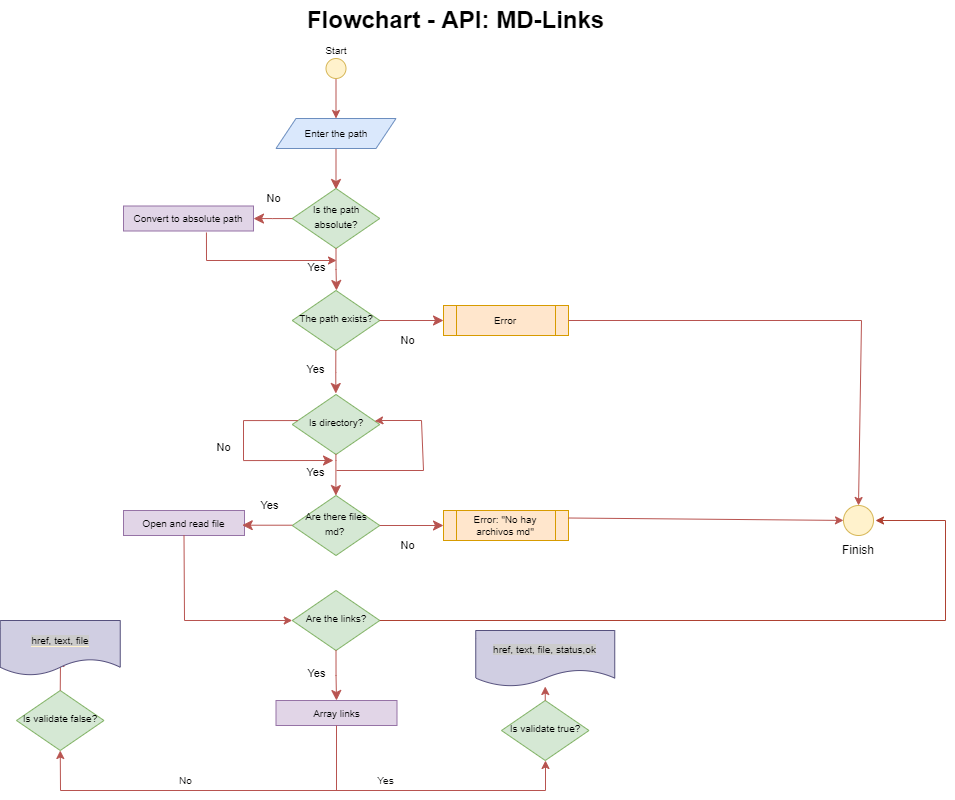
Before: Diagrama_flujo_md-Links.drawio.png, a diagram exported from draw.io (arelia10/LIM017-md-links). Source tidied: cells renumbered, new cells last; positions are measured from the earlier drawing's top-left corner, leaving out a move shared by most shapes.
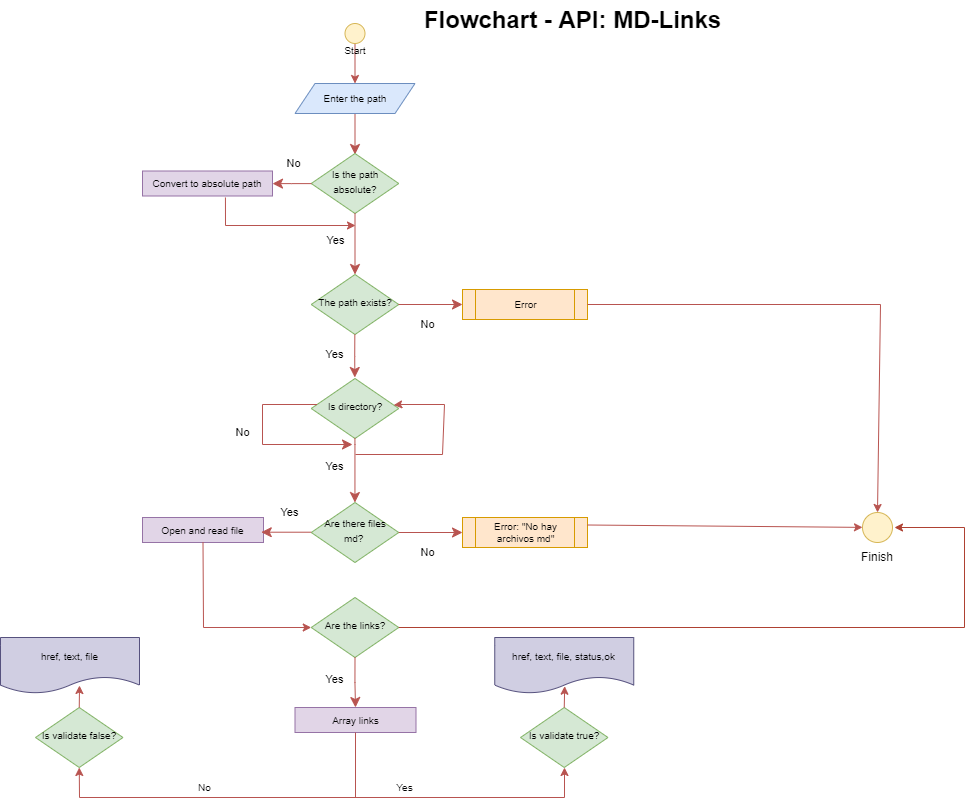
Above is the later version.

Diff of the diagram source:
```diff
@@ -4,12 +4,12 @@
     <mxCell id="1" parent="0" />
     <mxCell id="2" style="rounded=0;html=1;jettySize=auto;orthogonalLoop=1;fontSize=11;endArrow=classic;endFill=1;endSize=8;strokeWidth=1;shadow=0;labelBackgroundColor=none;edgeStyle=orthogonalEdgeStyle;fillColor=#f8cecc;strokeColor=#b85450;" parent="1" edge="1">
       <mxGeometry relative="1" as="geometry">
-        <mxPoint x="335.5" y="149" as="sourcePoint" />
-        <mxPoint x="335.5" y="189" as="targetPoint" />
+        <mxPoint x="335.5" y="114" as="sourcePoint" />
+        <mxPoint x="335.5" y="154" as="targetPoint" />
       </mxGeometry>
     </mxCell>
     <mxCell id="3" value="&lt;font style=&quot;font-size: 10px;&quot;&gt;Is the path absolute?&lt;/font&gt;" style="rhombus;whiteSpace=wrap;html=1;shadow=0;fontFamily=Helvetica;fontSize=12;align=center;strokeWidth=1;spacing=6;spacingTop=-4;fillColor=#d5e8d4;strokeColor=#82b366;rounded=0;" parent="1" vertex="1">
-      <mxGeometry x="291.8" y="188" width="87.5" height="60" as="geometry" />
+      <mxGeometry x="291.8" y="153" width="87.5" height="60" as="geometry" />
     </mxCell>
     <mxCell id="4" value="No" style="edgeStyle=orthogonalEdgeStyle;rounded=0;html=1;jettySize=auto;fontSize=11;endArrow=classic;endFill=1;endSize=8;strokeWidth=1;shadow=0;labelBackgroundColor=none;fillColor=#f8cecc;strokeColor=#b85450;" parent="1" edge="1" source="3" target="10">
       <mxGeometry x="-0.11" y="-20" relative="1" as="geometry" />
@@ -18,10 +18,10 @@
       <mxGeometry relative="1" as="geometry" />
     </mxCell>
     <mxCell id="6" style="ellipse;whiteSpace=wrap;html=1;fillColor=#fff2cc;strokeColor=#d6b656;rounded=0;" parent="1" vertex="1">
-      <mxGeometry x="325.5" y="58" width="20" height="20" as="geometry" />
+      <mxGeometry x="325.5" y="23" width="20" height="20" as="geometry" />
     </mxCell>
     <mxCell id="7" value="Flowchart - API: MD-Links" style="text;strokeColor=none;fillColor=none;html=1;fontSize=24;fontStyle=1;verticalAlign=middle;align=center;rounded=0;" parent="1" vertex="1">
-      <mxGeometry x="135" width="640" height="40" as="geometry" />
+      <mxGeometry x="233" width="640" height="40" as="geometry" />
     </mxCell>
     <object id="8" label="&lt;font style=&quot;font-size: 10px;&quot;&gt;Start&lt;/font&gt;" name="Variable" placeholders="1">
       <mxCell style="text;html=1;strokeColor=none;fillColor=none;align=center;verticalAlign=middle;whiteSpace=wrap;overflow=hidden;rounded=0;" parent="1" vertex="1">
@@ -29,75 +29,73 @@
       </mxCell>
     </object>
     <mxCell id="9" value="&lt;span style=&quot;&quot;&gt;&lt;font style=&quot;font-size: 10px;&quot;&gt;Enter the path&lt;/font&gt;&lt;/span&gt;" style="shape=parallelogram;perimeter=parallelogramPerimeter;whiteSpace=wrap;html=1;fixedSize=1;fillColor=#dae8fc;strokeColor=#6c8ebf;rounded=0;" parent="1" vertex="1">
-      <mxGeometry x="275.5" y="118" width="120" height="30" as="geometry" />
+      <mxGeometry x="275.5" y="83" width="120" height="30" as="geometry" />
     </mxCell>
     <mxCell id="10" value="&lt;font style=&quot;font-size: 10px;&quot;&gt;Convert to absolute path&lt;/font&gt;" style="rounded=0;whiteSpace=wrap;html=1;fillColor=#e1d5e7;strokeColor=#9673a6;" parent="1" vertex="1">
-      <mxGeometry x="123" y="205.5" width="130" height="25" as="geometry" />
+      <mxGeometry x="123" y="170.5" width="130" height="25" as="geometry" />
     </mxCell>
-    <mxCell id="11" value="Yes" style="edgeStyle=orthogonalEdgeStyle;rounded=0;html=1;jettySize=auto;fontSize=11;endArrow=classic;endFill=1;endSize=8;strokeWidth=1;shadow=0;labelBackgroundColor=none;fillColor=#f8cecc;strokeColor=#b85450;exitX=0.5;exitY=1;exitDx=0;exitDy=0;" parent="1" edge="1" source="3">
-      <mxGeometry x="-0.11" y="-20" relative="1" as="geometry">
-        <mxPoint x="336" y="290" as="targetPoint" />
-      </mxGeometry>
+    <mxCell id="11" value="Yes" style="edgeStyle=orthogonalEdgeStyle;rounded=0;html=1;jettySize=auto;fontSize=11;endArrow=classic;endFill=1;endSize=8;strokeWidth=1;shadow=0;labelBackgroundColor=none;fillColor=#f8cecc;strokeColor=#b85450;exitX=0.5;exitY=1;exitDx=0;exitDy=0;entryX=0.5;entryY=0;entryDx=0;entryDy=0;" parent="1" edge="1" source="3" target="12">
+      <mxGeometry x="-0.11" y="-20" relative="1" as="geometry" />
     </mxCell>
     <mxCell id="12" value="&lt;font style=&quot;font-size: 10px;&quot;&gt;The path exists?&lt;/font&gt;" style="rhombus;whiteSpace=wrap;html=1;shadow=0;fontFamily=Helvetica;fontSize=12;align=center;strokeWidth=1;spacing=6;spacingTop=-4;fillColor=#d5e8d4;strokeColor=#82b366;rounded=0;" parent="1" vertex="1">
-      <mxGeometry x="291.8" y="290" width="87.5" height="60" as="geometry" />
+      <mxGeometry x="291.8" y="274" width="87.5" height="60" as="geometry" />
     </mxCell>
     <mxCell id="13" value="No" style="edgeStyle=orthogonalEdgeStyle;rounded=0;html=1;jettySize=auto;fontSize=11;endArrow=classic;endFill=1;endSize=8;strokeWidth=1;shadow=0;labelBackgroundColor=none;fillColor=#f8cecc;strokeColor=#b85450;" parent="1" edge="1" target="14">
       <mxGeometry x="-0.11" y="-20" relative="1" as="geometry">
-        <mxPoint x="379" y="320" as="sourcePoint" />
+        <mxPoint x="379" y="304" as="sourcePoint" />
       </mxGeometry>
     </mxCell>
     <mxCell id="14" value="Error" style="shape=process;whiteSpace=wrap;html=1;backgroundOutline=1;fontSize=10;fillColor=#ffe6cc;strokeColor=#d79b00;rounded=0;" parent="1" vertex="1">
-      <mxGeometry x="443" y="305" width="125" height="30" as="geometry" />
+      <mxGeometry x="443" y="289" width="125" height="30" as="geometry" />
     </mxCell>
     <mxCell id="15" value="Yes" style="edgeStyle=orthogonalEdgeStyle;rounded=0;html=1;jettySize=auto;orthogonalLoop=1;fontSize=11;endArrow=classic;endFill=1;endSize=8;strokeWidth=1;shadow=0;labelBackgroundColor=none;fillColor=#f8cecc;strokeColor=#b85450;" parent="1" edge="1">
       <mxGeometry x="-0.11" y="-20" relative="1" as="geometry">
-        <mxPoint x="335.3" y="350" as="sourcePoint" />
-        <mxPoint x="335.3" y="393" as="targetPoint" />
+        <mxPoint x="335.3" y="334" as="sourcePoint" />
+        <mxPoint x="335.3" y="377" as="targetPoint" />
         <Array as="points">
-          <mxPoint x="335.3" y="372" />
-          <mxPoint x="335.3" y="372" />
+          <mxPoint x="335.3" y="356" />
+          <mxPoint x="335.3" y="356" />
         </Array>
       </mxGeometry>
     </mxCell>
     <mxCell id="16" value="&lt;font style=&quot;font-size: 10px;&quot;&gt;Is directory?&lt;/font&gt;" style="rhombus;whiteSpace=wrap;html=1;shadow=0;fontFamily=Helvetica;fontSize=12;align=center;strokeWidth=1;spacing=6;spacingTop=-4;fillColor=#d5e8d4;strokeColor=#82b366;rounded=0;" parent="1" vertex="1">
-      <mxGeometry x="291.8" y="394" width="87.5" height="60" as="geometry" />
+      <mxGeometry x="291.8" y="378" width="87.5" height="60" as="geometry" />
     </mxCell>
     <mxCell id="17" value="No" style="edgeStyle=orthogonalEdgeStyle;rounded=0;html=1;jettySize=auto;fontSize=11;endArrow=classic;endFill=1;endSize=8;strokeWidth=1;shadow=0;labelBackgroundColor=none;fillColor=#f8cecc;strokeColor=#b85450;" parent="1" edge="1" source="16">
       <mxGeometry x="-0.11" y="-20" relative="1" as="geometry">
-        <mxPoint x="333" y="460" as="targetPoint" />
+        <mxPoint x="333" y="444" as="targetPoint" />
         <Array as="points">
-          <mxPoint x="243" y="420" />
-          <mxPoint x="243" y="460" />
+          <mxPoint x="243" y="404" />
+          <mxPoint x="243" y="444" />
         </Array>
       </mxGeometry>
     </mxCell>
     <mxCell id="18" style="endArrow=classic;html=1;rounded=0;fillColor=#f8cecc;strokeColor=#b85450;exitX=0.638;exitY=1.06;exitDx=0;exitDy=0;exitPerimeter=0;" parent="1" edge="1" source="10">
       <mxGeometry relative="1" as="geometry">
-        <mxPoint x="336" y="260" as="targetPoint" />
+        <mxPoint x="336" y="225" as="targetPoint" />
         <Array as="points">
-          <mxPoint x="206" y="260" />
+          <mxPoint x="206" y="225" />
         </Array>
       </mxGeometry>
     </mxCell>
     <mxCell id="19" value="Yes" style="edgeStyle=orthogonalEdgeStyle;rounded=0;html=1;jettySize=auto;fontSize=11;endArrow=classic;endFill=1;endSize=8;strokeWidth=1;shadow=0;labelBackgroundColor=none;fillColor=#f8cecc;strokeColor=#b85450;exitX=0.499;exitY=0.99;exitDx=0;exitDy=0;exitPerimeter=0;" parent="1" edge="1" source="16" target="20">
       <mxGeometry x="-0.11" y="-20" relative="1" as="geometry">
         <Array as="points">
-          <mxPoint x="335" y="460" />
-          <mxPoint x="335" y="460" />
+          <mxPoint x="335" y="444" />
+          <mxPoint x="335" y="444" />
         </Array>
       </mxGeometry>
     </mxCell>
     <mxCell id="20" value="&lt;font style=&quot;font-size: 10px;&quot;&gt;Are there files md?&amp;nbsp;&lt;/font&gt;" style="rhombus;whiteSpace=wrap;html=1;shadow=0;fontFamily=Helvetica;fontSize=12;align=center;strokeWidth=1;spacing=6;spacingTop=-4;fillColor=#d5e8d4;strokeColor=#82b366;rounded=0;" parent="1" vertex="1">
-      <mxGeometry x="291.8" y="495" width="87.5" height="60" as="geometry" />
+      <mxGeometry x="291.8" y="502" width="87.5" height="60" as="geometry" />
     </mxCell>
     <mxCell id="21" style="endArrow=classic;html=1;rounded=0;fillColor=#f8cecc;strokeColor=#b85450;" parent="1" edge="1" target="16">
       <mxGeometry relative="1" as="geometry">
-        <mxPoint x="336" y="470" as="sourcePoint" />
+        <mxPoint x="336" y="454" as="sourcePoint" />
         <Array as="points">
-          <mxPoint x="423" y="470" />
-          <mxPoint x="421" y="420" />
-          <mxPoint x="381" y="420" />
+          <mxPoint x="423" y="454" />
+          <mxPoint x="425" y="404" />
+          <mxPoint x="381" y="404" />
         </Array>
       </mxGeometry>
     </mxCell>
@@ -105,102 +103,102 @@
       <mxGeometry x="-0.11" y="-20" relative="1" as="geometry" />
     </mxCell>
     <mxCell id="23" value="Error: &quot;No hay archivos md&quot;" style="shape=process;whiteSpace=wrap;html=1;backgroundOutline=1;fontSize=10;fillColor=#ffe6cc;strokeColor=#d79b00;rounded=0;" parent="1" vertex="1">
-      <mxGeometry x="443" y="510" width="125" height="30" as="geometry" />
+      <mxGeometry x="443" y="517" width="125" height="30" as="geometry" />
     </mxCell>
     <mxCell id="24" value="&lt;font style=&quot;font-size: 10px;&quot;&gt;Open and read file&lt;/font&gt;" style="rounded=0;whiteSpace=wrap;html=1;fillColor=#e1d5e7;strokeColor=#9673a6;" parent="1" vertex="1">
-      <mxGeometry x="123" y="510" width="121" height="25" as="geometry" />
+      <mxGeometry x="123" y="517" width="121" height="25" as="geometry" />
     </mxCell>
     <mxCell id="25" value="&lt;font style=&quot;font-size: 10px;&quot;&gt;Are the links?&lt;/font&gt;" style="rhombus;whiteSpace=wrap;html=1;shadow=0;fontFamily=Helvetica;fontSize=12;align=center;strokeWidth=1;spacing=6;spacingTop=-4;fillColor=#d5e8d4;strokeColor=#82b366;rounded=0;" parent="1" vertex="1">
-      <mxGeometry x="291.8" y="590" width="87.5" height="60" as="geometry" />
+      <mxGeometry x="291.8" y="597" width="87.5" height="60" as="geometry" />
     </mxCell>
     <mxCell id="26" style="endArrow=classic;html=1;rounded=0;fillColor=#f8cecc;strokeColor=#b85450;entryX=0;entryY=0.5;entryDx=0;entryDy=0;exitX=0.5;exitY=1;exitDx=0;exitDy=0;" parent="1" edge="1" source="24" target="25">
       <mxGeometry relative="1" as="geometry">
         <Array as="points">
-          <mxPoint x="184" y="620" />
+          <mxPoint x="184" y="627" />
         </Array>
       </mxGeometry>
     </mxCell>
     <mxCell id="27" value="Yes" style="edgeStyle=orthogonalEdgeStyle;rounded=0;html=1;jettySize=auto;fontSize=11;endArrow=classic;endFill=1;endSize=8;strokeWidth=1;shadow=0;labelBackgroundColor=none;fillColor=#f8cecc;strokeColor=#b85450;exitX=0.5;exitY=1;exitDx=0;exitDy=0;" parent="1" edge="1" source="25">
       <mxGeometry x="-0.11" y="-20" relative="1" as="geometry">
-        <mxPoint x="336" y="700" as="targetPoint" />
+        <mxPoint x="336" y="707" as="targetPoint" />
       </mxGeometry>
     </mxCell>
     <mxCell id="28" value="Yes" style="edgeStyle=orthogonalEdgeStyle;rounded=0;html=1;jettySize=auto;orthogonalLoop=1;fontSize=11;endArrow=classic;endFill=1;endSize=8;strokeWidth=1;shadow=0;labelBackgroundColor=none;fillColor=#f8cecc;strokeColor=#b85450;exitX=1;exitY=0.5;exitDx=0;exitDy=0;" parent="1" edge="1">
       <mxGeometry x="-0.11" y="-20" relative="1" as="geometry">
-        <mxPoint x="291.8" y="524.7" as="sourcePoint" />
-        <mxPoint x="241.8" y="524.7" as="targetPoint" />
+        <mxPoint x="291.8" y="531.7" as="sourcePoint" />
+        <mxPoint x="241.8" y="531.7" as="targetPoint" />
       </mxGeometry>
     </mxCell>
     <mxCell id="29" style="endArrow=classic;html=1;rounded=0;exitX=1;exitY=0.25;exitDx=0;exitDy=0;fillColor=#f8cecc;strokeColor=#b85450;" parent="1" edge="1" source="23" target="30">
       <mxGeometry relative="1" as="geometry" />
     </mxCell>
     <mxCell id="30" style="ellipse;whiteSpace=wrap;html=1;fillColor=#fff2cc;strokeColor=#d6b656;rounded=0;" parent="1" vertex="1">
-      <mxGeometry x="843" y="505" width="30" height="30" as="geometry" />
+      <mxGeometry x="843" y="512" width="30" height="30" as="geometry" />
     </mxCell>
     <mxCell id="31" value="Finish" style="text;html=1;strokeColor=none;fillColor=none;align=center;verticalAlign=middle;whiteSpace=wrap;rounded=0;" parent="1" vertex="1">
-      <mxGeometry x="828" y="535" width="60" height="30" as="geometry" />
+      <mxGeometry x="828" y="542" width="60" height="30" as="geometry" />
     </mxCell>
     <mxCell id="32" style="endArrow=classic;html=1;rounded=0;entryX=0.5;entryY=0;entryDx=0;entryDy=0;fillColor=#f8cecc;strokeColor=#b85450;" parent="1" edge="1" source="14" target="30">
       <mxGeometry relative="1" as="geometry">
         <Array as="points">
-          <mxPoint x="861" y="320" />
+          <mxPoint x="861" y="304" />
         </Array>
       </mxGeometry>
     </mxCell>
     <mxCell id="33" value="&lt;font style=&quot;font-size: 10px;&quot;&gt;Is validate true?&lt;/font&gt;" style="rhombus;whiteSpace=wrap;html=1;shadow=0;fontFamily=Helvetica;fontSize=12;align=center;strokeWidth=1;spacing=6;spacingTop=-4;fillColor=#d5e8d4;strokeColor=#82b366;rounded=0;" parent="1" vertex="1">
-      <mxGeometry x="501" y="700" width="87.5" height="60" as="geometry" />
+      <mxGeometry x="501" y="707" width="87.5" height="60" as="geometry" />
     </mxCell>
     <mxCell id="34" value="&lt;font style=&quot;font-size: 10px;&quot;&gt;Array links&lt;/font&gt;" style="rounded=0;whiteSpace=wrap;html=1;fillColor=#e1d5e7;strokeColor=#9673a6;" parent="1" vertex="1">
-      <mxGeometry x="275.5" y="700" width="121" height="25" as="geometry" />
+      <mxGeometry x="275.5" y="707" width="121" height="25" as="geometry" />
     </mxCell>
     <mxCell id="35" style="endArrow=classic;html=1;rounded=0;exitX=0.5;exitY=1;exitDx=0;exitDy=0;fillColor=#f8cecc;strokeColor=#b85450;" parent="1" edge="1" source="34">
       <mxGeometry relative="1" as="geometry">
-        <mxPoint x="545" y="760" as="targetPoint" />
+        <mxPoint x="545" y="767" as="targetPoint" />
         <Array as="points">
-          <mxPoint x="336" y="790" />
-          <mxPoint x="545" y="790" />
+          <mxPoint x="336" y="797" />
+          <mxPoint x="545" y="797" />
         </Array>
       </mxGeometry>
     </mxCell>
-    <mxCell id="36" style="endArrow=classic;html=1;rounded=0;exitX=0.5;exitY=0;exitDx=0;exitDy=0;fillColor=#f8cecc;strokeColor=#b85450;" parent="1" edge="1" source="33" target="37">
+    <mxCell id="36" style="endArrow=classic;html=1;rounded=0;exitX=0.5;exitY=0;exitDx=0;exitDy=0;fillColor=#f8cecc;strokeColor=#b85450;entryX=0.503;entryY=0.87;entryDx=0;entryDy=0;entryPerimeter=0;" parent="1" edge="1" source="33" target="37">
       <mxGeometry relative="1" as="geometry" />
     </mxCell>
-    <mxCell id="37" value="&lt;font color=&quot;#020203&quot; style=&quot;font-size: 10px; background-color: rgb(204, 204, 204);&quot;&gt;&lt;span style=&quot;text-align: left; font-size: 10px;&quot;&gt;&lt;font style=&quot;font-size: 10px;&quot;&gt;href, text, file,&amp;nbsp;&lt;/font&gt;&lt;/span&gt;&lt;span style=&quot;font-size: 10px; text-align: left;&quot;&gt;status,ok&lt;/span&gt;&lt;/font&gt;&lt;span style=&quot;text-align: left; background-color: rgba(110, 118, 129, 0.4); font-size: 10px;&quot;&gt;&lt;font style=&quot;font-size: 10px;&quot; color=&quot;#020203&quot;&gt;&lt;br style=&quot;font-size: 10px;&quot;&gt;&lt;/font&gt;&lt;/span&gt;" style="shape=document;whiteSpace=wrap;html=1;boundedLbl=1;fillColor=#d0cee2;strokeColor=#56517e;fontFamily=Helvetica;fontSize=10;" parent="1" vertex="1">
-      <mxGeometry x="475.2" y="630" width="139" height="56" as="geometry" />
+    <mxCell id="37" value="&lt;font color=&quot;#020203&quot; style=&quot;font-size: 10px; background-color: rgb(208, 206, 226);&quot;&gt;&lt;span style=&quot;text-align: left; font-size: 10px;&quot;&gt;&lt;font style=&quot;font-size: 10px;&quot;&gt;href, text, file,&amp;nbsp;&lt;/font&gt;&lt;/span&gt;&lt;span style=&quot;font-size: 10px; text-align: left;&quot;&gt;status,ok&lt;/span&gt;&lt;/font&gt;&lt;span style=&quot;text-align: left; background-color: rgba(110, 118, 129, 0.4); font-size: 10px;&quot;&gt;&lt;font style=&quot;font-size: 10px;&quot; color=&quot;#020203&quot;&gt;&lt;br style=&quot;font-size: 10px;&quot;&gt;&lt;/font&gt;&lt;/span&gt;" style="shape=document;whiteSpace=wrap;html=1;boundedLbl=1;fillColor=#d0cee2;strokeColor=#56517e;fontFamily=Helvetica;fontSize=10;" parent="1" vertex="1">
+      <mxGeometry x="475.2" y="637" width="139" height="56" as="geometry" />
     </mxCell>
     <mxCell id="38" style="endArrow=classic;html=1;rounded=0;fontFamily=Helvetica;fontSize=10;fontColor=#020203;fillColor=#f8cecc;strokeColor=#b85450;entryX=0.5;entryY=1;entryDx=0;entryDy=0;" parent="1" edge="1" target="39">
       <mxGeometry relative="1" as="geometry">
-        <mxPoint x="337" y="790" as="sourcePoint" />
+        <mxPoint x="337" y="797" as="sourcePoint" />
         <Array as="points">
-          <mxPoint x="60" y="790" />
+          <mxPoint x="60" y="797" />
         </Array>
       </mxGeometry>
     </mxCell>
     <mxCell id="39" value="&lt;font style=&quot;font-size: 10px;&quot;&gt;Is validate false?&lt;/font&gt;" style="rhombus;whiteSpace=wrap;html=1;shadow=0;fontFamily=Helvetica;fontSize=12;align=center;strokeWidth=1;spacing=6;spacingTop=-4;fillColor=#d5e8d4;strokeColor=#82b366;rounded=0;" parent="1" vertex="1">
-      <mxGeometry x="16" y="690" width="87.5" height="60" as="geometry" />
+      <mxGeometry x="16" y="707" width="87.5" height="60" as="geometry" />
     </mxCell>
     <mxCell id="40" style="endArrow=classic;html=1;rounded=0;fontFamily=Helvetica;fontSize=10;fontColor=#020203;exitX=0.5;exitY=0;exitDx=0;exitDy=0;fillColor=#f8cecc;strokeColor=#b85450;" parent="1" edge="1" source="39">
       <mxGeometry relative="1" as="geometry">
-        <mxPoint x="60" y="658" as="targetPoint" />
+        <mxPoint x="60" y="685" as="targetPoint" />
       </mxGeometry>
     </mxCell>
-    <mxCell id="41" value="&lt;span style=&quot;background-color: rgb(204, 204, 204);&quot;&gt;href, text, file&lt;/span&gt;" style="shape=document;whiteSpace=wrap;html=1;boundedLbl=1;labelBackgroundColor=#FFF2CC;fontFamily=Helvetica;fontSize=10;fillColor=#d0cee2;strokeColor=#56517e;" parent="1" vertex="1">
-      <mxGeometry x="-0.2" y="620" width="120" height="55" as="geometry" />
-    </mxCell>
     <mxCell id="42" value="Yes" style="text;html=1;align=center;verticalAlign=middle;strokeColor=none;fillColor=none;fontSize=10;fontFamily=Helvetica;fontColor=#020203;" parent="1" vertex="1">
-      <mxGeometry x="370" y="770" width="30" height="20" as="geometry" />
+      <mxGeometry x="370" y="777" width="30" height="20" as="geometry" />
     </mxCell>
     <mxCell id="43" value="No" style="text;html=1;align=center;verticalAlign=middle;strokeColor=none;fillColor=none;fontSize=10;fontFamily=Helvetica;fontColor=#020203;" parent="1" vertex="1">
-      <mxGeometry x="170" y="770" width="30" height="20" as="geometry" />
+      <mxGeometry x="170" y="777" width="30" height="20" as="geometry" />
     </mxCell>
     <mxCell id="44" style="endArrow=classic;html=1;rounded=0;fontFamily=Helvetica;fontSize=10;fontColor=#020203;exitX=1;exitY=0.5;exitDx=0;exitDy=0;fillColor=#fad9d5;strokeColor=#ae4132;" parent="1" edge="1" source="25">
       <mxGeometry relative="1" as="geometry">
-        <mxPoint x="875" y="520" as="targetPoint" />
+        <mxPoint x="875" y="527" as="targetPoint" />
         <Array as="points">
-          <mxPoint x="945" y="620" />
-          <mxPoint x="945" y="520" />
+          <mxPoint x="945" y="627" />
+          <mxPoint x="945" y="527" />
         </Array>
       </mxGeometry>
     </mxCell>
+    <mxCell id="41" value="&lt;font color=&quot;#020203&quot; style=&quot;font-size: 10px; background-color: rgb(208, 206, 226);&quot;&gt;&lt;span style=&quot;text-align: left; font-size: 10px;&quot;&gt;&lt;font style=&quot;font-size: 10px;&quot;&gt;href, text, file&lt;/font&gt;&lt;/span&gt;&lt;/font&gt;&lt;span style=&quot;text-align: left; background-color: rgba(110, 118, 129, 0.4); font-size: 10px;&quot;&gt;&lt;font style=&quot;font-size: 10px;&quot; color=&quot;#020203&quot;&gt;&lt;br style=&quot;font-size: 10px;&quot;&gt;&lt;/font&gt;&lt;/span&gt;" style="shape=document;whiteSpace=wrap;html=1;boundedLbl=1;fillColor=#d0cee2;strokeColor=#56517e;fontFamily=Helvetica;fontSize=10;" parent="1" vertex="1">
+      <mxGeometry x="-19" y="637" width="139" height="56" as="geometry" />
+    </mxCell>
   </root>
 </mxGraphModel>
```
